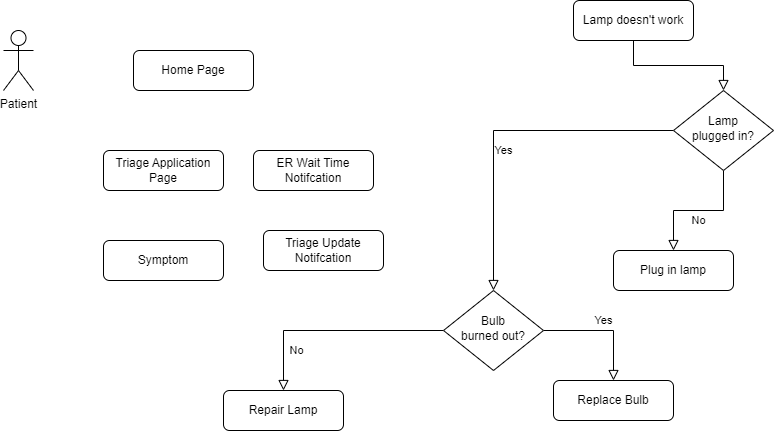
This is Milestone2/Diagrams/pngs/CollaborativeDiagram.drawio.png from SENG-350-2024-fall/Team5, a draw.io export, as it was before one commit. Source tidied: cells renumbered, new cells last; positions are measured from the earlier drawing's top-left corner, leaving out a move shared by most shapes.
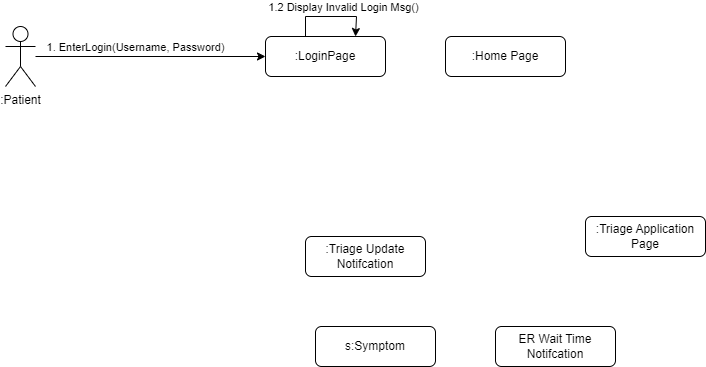
After the commit.

Diff of the diagram source:
```diff
@@ -2,56 +2,47 @@
   <root>
     <mxCell id="0" />
     <mxCell id="1" parent="0" />
-    <mxCell id="2" style="rounded=0;html=1;jettySize=auto;fontSize=11;endArrow=block;endFill=0;endSize=8;strokeWidth=1;shadow=0;labelBackgroundColor=none;edgeStyle=orthogonalEdgeStyle;" parent="1" edge="1" source="3" target="6">
-      <mxGeometry relative="1" as="geometry" />
-    </mxCell>
-    <mxCell id="3" value="Lamp doesn't work" style="rounded=1;whiteSpace=wrap;html=1;fontSize=12;glass=0;strokeWidth=1;shadow=0;" parent="1" vertex="1">
-      <mxGeometry x="570" width="120" height="40" as="geometry" />
-    </mxCell>
-    <mxCell id="4" value="Yes" style="rounded=0;html=1;jettySize=auto;fontSize=11;endArrow=block;endFill=0;endSize=8;strokeWidth=1;shadow=0;labelBackgroundColor=none;edgeStyle=orthogonalEdgeStyle;" parent="1" edge="1" source="6" target="10">
-      <mxGeometry y="20" relative="1" as="geometry" />
-    </mxCell>
-    <mxCell id="5" value="No" style="edgeStyle=orthogonalEdgeStyle;rounded=0;html=1;jettySize=auto;fontSize=11;endArrow=block;endFill=0;endSize=8;strokeWidth=1;shadow=0;labelBackgroundColor=none;" parent="1" edge="1" source="6" target="7">
-      <mxGeometry y="10" relative="1" as="geometry" />
-    </mxCell>
-    <mxCell id="6" value="Lamp&lt;br&gt;plugged in?" style="rhombus;whiteSpace=wrap;html=1;shadow=0;fontFamily=Helvetica;fontSize=12;align=center;strokeWidth=1;spacing=6;spacingTop=-4;" parent="1" vertex="1">
-      <mxGeometry x="670" y="90" width="100" height="80" as="geometry" />
-    </mxCell>
-    <mxCell id="7" value="Plug in lamp" style="rounded=1;whiteSpace=wrap;html=1;fontSize=12;glass=0;strokeWidth=1;shadow=0;" parent="1" vertex="1">
-      <mxGeometry x="610" y="250" width="120" height="40" as="geometry" />
-    </mxCell>
-    <mxCell id="8" value="No" style="rounded=0;html=1;jettySize=auto;fontSize=11;endArrow=block;endFill=0;endSize=8;strokeWidth=1;shadow=0;labelBackgroundColor=none;edgeStyle=orthogonalEdgeStyle;" parent="1" edge="1" source="10" target="11">
-      <mxGeometry x="0.33" y="20" relative="1" as="geometry" />
-    </mxCell>
-    <mxCell id="9" value="Yes" style="edgeStyle=orthogonalEdgeStyle;rounded=0;html=1;jettySize=auto;fontSize=11;endArrow=block;endFill=0;endSize=8;strokeWidth=1;shadow=0;labelBackgroundColor=none;" parent="1" edge="1" source="10" target="12">
-      <mxGeometry y="10" relative="1" as="geometry" />
-    </mxCell>
-    <mxCell id="10" value="Bulb&lt;br&gt;burned out?" style="rhombus;whiteSpace=wrap;html=1;shadow=0;fontFamily=Helvetica;fontSize=12;align=center;strokeWidth=1;spacing=6;spacingTop=-4;" parent="1" vertex="1">
-      <mxGeometry x="440" y="290" width="100" height="80" as="geometry" />
-    </mxCell>
-    <mxCell id="11" value="Repair Lamp" style="rounded=1;whiteSpace=wrap;html=1;fontSize=12;glass=0;strokeWidth=1;shadow=0;" parent="1" vertex="1">
-      <mxGeometry x="220" y="390" width="120" height="40" as="geometry" />
-    </mxCell>
-    <mxCell id="12" value="Replace Bulb" style="rounded=1;whiteSpace=wrap;html=1;fontSize=12;glass=0;strokeWidth=1;shadow=0;" parent="1" vertex="1">
-      <mxGeometry x="550" y="380" width="120" height="40" as="geometry" />
-    </mxCell>
+    <mxCell id="19" style="edgeStyle=orthogonalEdgeStyle;rounded=0;jettySize=auto;html=1;entryX=0;entryY=0.5;entryDx=0;entryDy=0;" parent="1" edge="1" source="13" target="14">
+      <mxGeometry relative="1" as="geometry" />
+    </mxCell>
+    <mxCell id="20" value="1. EnterLogin(Username, Password)" style="edgeLabel;html=1;align=center;verticalAlign=middle;" parent="19" vertex="1">
+      <mxGeometry x="-0.19" relative="1" as="geometry">
+        <mxPoint x="5" y="-10" as="offset" />
+      </mxGeometry>
+    </mxCell>
-    <mxCell id="13" value="Patient" style="shape=umlActor;verticalLabelPosition=bottom;verticalAlign=top;html=1;outlineConnect=0;" parent="1" vertex="1">
-      <mxGeometry y="30" width="30" height="60" as="geometry" />
+    <mxCell id="13" value=":Patient" style="shape=umlActor;verticalLabelPosition=bottom;verticalAlign=top;html=1;outlineConnect=0;" parent="1" vertex="1">
+      <mxGeometry x="-40" y="20" width="30" height="60" as="geometry" />
     </mxCell>
+    <mxCell id="21" style="edgeStyle=orthogonalEdgeStyle;rounded=0;orthogonalLoop=1;jettySize=auto;html=1;entryX=0.75;entryY=0;entryDx=0;entryDy=0;" parent="1" edge="1" source="14" target="14">
+      <mxGeometry relative="1" as="geometry">
+        <Array as="points">
+          <mxPoint x="260" y="10" />
+          <mxPoint x="311" y="10" />
+        </Array>
+      </mxGeometry>
+    </mxCell>
+    <mxCell id="22" value="1.2 Display Invalid Login Msg()" style="edgeLabel;html=1;align=center;verticalAlign=middle;" parent="21" vertex="1">
+      <mxGeometry x="0.25" y="3" relative="1" as="geometry">
+        <mxPoint y="-7" as="offset" />
+      </mxGeometry>
+    </mxCell>
-    <mxCell id="14" value="Home Page" style="rounded=1;whiteSpace=wrap;html=1;fontSize=12;glass=0;strokeWidth=1;shadow=0;" parent="1" vertex="1">
-      <mxGeometry x="130" y="50" width="120" height="40" as="geometry" />
+    <mxCell id="14" value=":LoginPage" style="rounded=1;whiteSpace=wrap;html=1;fontSize=12;glass=0;strokeWidth=1;shadow=0;" parent="1" vertex="1">
+      <mxGeometry x="220" y="30" width="120" height="40" as="geometry" />
     </mxCell>
-    <mxCell id="15" value="Triage Application Page" style="rounded=1;whiteSpace=wrap;html=1;fontSize=12;glass=0;strokeWidth=1;shadow=0;" parent="1" vertex="1">
-      <mxGeometry x="100" y="150" width="120" height="40" as="geometry" />
+    <mxCell id="15" value=":Triage Application Page" style="rounded=1;whiteSpace=wrap;html=1;fontSize=12;glass=0;strokeWidth=1;shadow=0;" parent="1" vertex="1">
+      <mxGeometry x="540" y="210" width="120" height="40" as="geometry" />
     </mxCell>
     <mxCell id="16" value="ER Wait Time Notifcation" style="rounded=1;whiteSpace=wrap;html=1;fontSize=12;glass=0;strokeWidth=1;shadow=0;" parent="1" vertex="1">
-      <mxGeometry x="250" y="150" width="120" height="40" as="geometry" />
+      <mxGeometry x="450" y="320" width="120" height="40" as="geometry" />
     </mxCell>
-    <mxCell id="17" value="Triage Update Notifcation" style="rounded=1;whiteSpace=wrap;html=1;fontSize=12;glass=0;strokeWidth=1;shadow=0;" parent="1" vertex="1">
+    <mxCell id="17" value=":Triage Update Notifcation" style="rounded=1;whiteSpace=wrap;html=1;fontSize=12;glass=0;strokeWidth=1;shadow=0;" parent="1" vertex="1">
       <mxGeometry x="260" y="230" width="120" height="40" as="geometry" />
     </mxCell>
-    <mxCell id="18" value="Symptom" style="rounded=1;whiteSpace=wrap;html=1;fontSize=12;glass=0;strokeWidth=1;shadow=0;" parent="1" vertex="1">
-      <mxGeometry x="100" y="240" width="120" height="40" as="geometry" />
+    <mxCell id="18" value="s:Symptom" style="rounded=1;whiteSpace=wrap;html=1;fontSize=12;glass=0;strokeWidth=1;shadow=0;" parent="1" vertex="1">
+      <mxGeometry x="270" y="320" width="120" height="40" as="geometry" />
     </mxCell>
+    <mxCell id="23" value=":Home Page" style="rounded=1;whiteSpace=wrap;html=1;fontSize=12;glass=0;strokeWidth=1;shadow=0;" parent="1" vertex="1">
+      <mxGeometry x="400" y="30" width="120" height="40" as="geometry" />
+    </mxCell>
   </root>
 </mxGraphModel>
```
